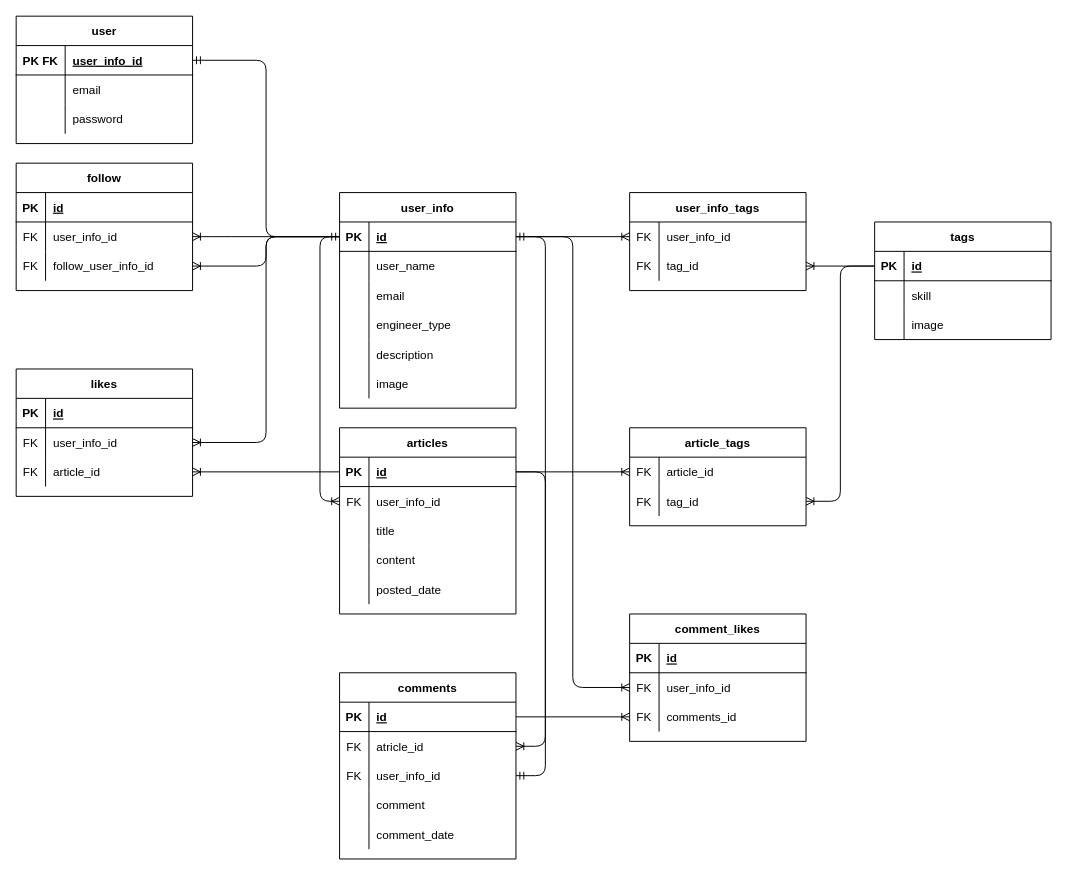
This is Designs/ER図.drawio from yusuke-rakus/Qiish, a draw.io file, before an edit. Source tidied: cells renumbered, new cells numbered last; positions are measured from the earlier drawing's top-left corner, leaving out a move shared by most shapes. Both pictures are drawn from the tidied source at 98%, with x=0, y=0 at pixel (16, 16).
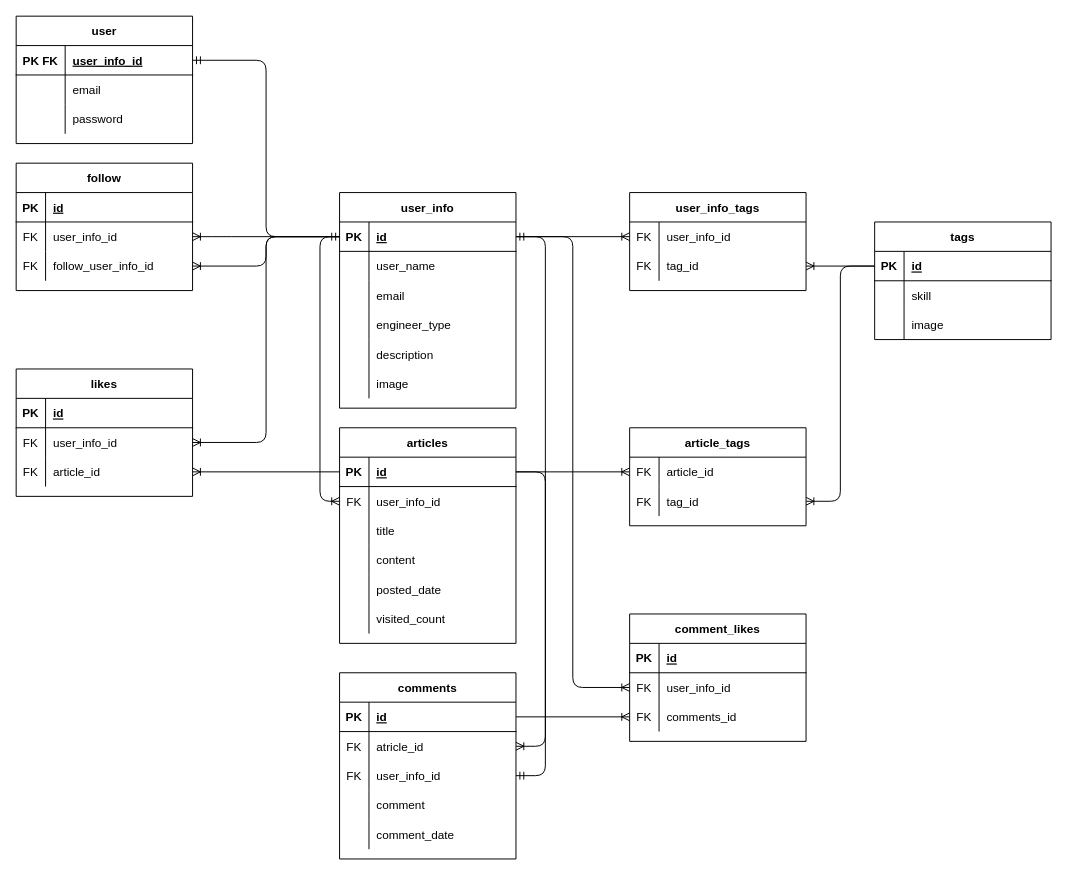
The same diagram, later.

What changed in the source:
```diff
@@
     <mxCell id="51" value="articles" style="shape=table;startSize=30;childLayout=tableLayout;rowLines=0;fontStyle=1;align=center;" parent="1" vertex="1">
-      <mxGeometry x="330" y="420" width="180" height="190" as="geometry" />
+      <mxGeometry x="330" y="420" width="180" height="220" as="geometry" />
     </mxCell>
@@
+    <mxCell id="131" style="shape=partialRectangle;fillColor=none;top=0;left=0;bottom=0;right=0;" parent="51" vertex="1">
+      <mxGeometry y="180" width="180" height="30" as="geometry" />
+    </mxCell>
+    <mxCell id="132" style="shape=partialRectangle;fillColor=none;top=0;left=0;bottom=0;right=0;overflow=hidden;" parent="131" vertex="1">
+      <mxGeometry width="30" height="30" as="geometry" />
+    </mxCell>
+    <mxCell id="133" value="visited_count" style="shape=partialRectangle;fillColor=none;top=0;left=0;bottom=0;right=0;align=left;spacingLeft=6;overflow=hidden;" parent="131" vertex="1">
+      <mxGeometry x="30" width="150" height="30" as="geometry" />
+    </mxCell>
```
